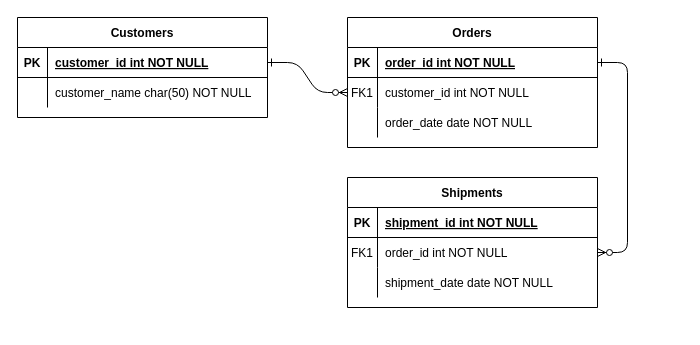
Earlier version of the draw.io diagram Untitled Diagram.drawio (maheshpamulapati21/Mahesh_Pamulapati). Source tidied: cells renumbered, new cells numbered last; positions are measured from the earlier drawing's top-left corner, leaving out a move shared by most shapes. Both pictures are drawn from the tidied source at 100%, with x=0, y=0 at pixel (17, 17).
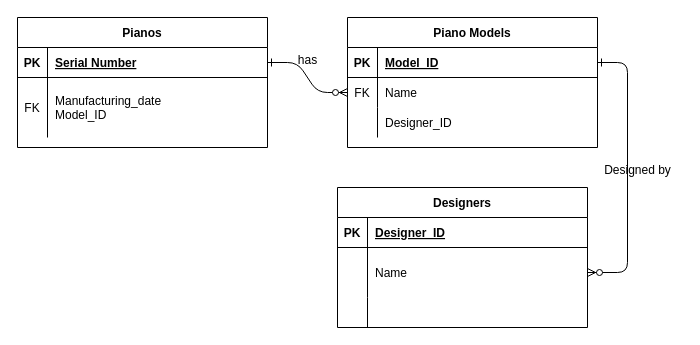
After the change.

Unchanged cells that the change refers to:
```xml
<mxCell id="5" style="shape=partialRectangle;fillColor=none;points=[[0,0.5],[1,0.5]];portConstraint=eastwest;top=0;left=0;right=0;bottom=1;" parent="4" vertex="1">
  <mxGeometry y="30" width="250" height="30" as="geometry" />
</mxCell>
<mxCell id="8" style="shape=partialRectangle;fillColor=none;points=[[0,0.5],[1,0.5]];portConstraint=eastwest;top=0;left=0;right=0;bottom=0;" parent="4" vertex="1">
  <mxGeometry y="60" width="250" height="30" as="geometry" />
</mxCell>
<mxCell id="11" style="shape=partialRectangle;fillColor=none;top=0;left=0;right=0;bottom=0;" parent="4" vertex="1">
  <mxGeometry y="90" width="250" height="30" as="geometry" />
</mxCell>
<mxCell id="15" style="shape=partialRectangle;fillColor=none;top=0;left=0;right=0;bottom=1;" parent="14" vertex="1">
  <mxGeometry y="30" width="250" height="30" as="geometry" />
</mxCell>
```

The edit, as a diff of the source:
```diff
@@
-    <mxCell id="4" value="Orders" style="shape=table;startSize=30;childLayout=tableLayout;rowLines=0;fontStyle=1;align=center;" parent="1" vertex="1">
+    <mxCell id="4" value="Piano Models" style="shape=table;startSize=30;childLayout=tableLayout;rowLines=0;fontStyle=1;align=center;" parent="1" vertex="1">
       <mxGeometry x="330" width="250" height="130" as="geometry" />
     </mxCell>
@@
-    <mxCell id="7" value="order_id int NOT NULL " style="shape=partialRectangle;overflow=hidden;fillColor=none;top=0;left=0;bottom=0;right=0;align=left;spacingLeft=6;fontStyle=5;" parent="5" vertex="1">
+    <mxCell id="7" value="Model_ID" style="shape=partialRectangle;overflow=hidden;fillColor=none;top=0;left=0;bottom=0;right=0;align=left;spacingLeft=6;fontStyle=5;" parent="5" vertex="1">
       <mxGeometry x="30" width="220" height="30" as="geometry" />
     </mxCell>
@@
-    <mxCell id="9" value="FK1" style="shape=partialRectangle;overflow=hidden;fillColor=none;top=0;left=0;bottom=0;right=0;" parent="8" vertex="1">
+    <mxCell id="9" value="FK" style="shape=partialRectangle;overflow=hidden;fillColor=none;top=0;left=0;bottom=0;right=0;" parent="8" vertex="1">
       <mxGeometry width="30" height="30" as="geometry" />
     </mxCell>
-    <mxCell id="10" value="customer_id int NOT NULL" style="shape=partialRectangle;overflow=hidden;fillColor=none;top=0;left=0;bottom=0;right=0;align=left;spacingLeft=6;" parent="8" vertex="1">
+    <mxCell id="10" value="Name" style="shape=partialRectangle;overflow=hidden;fillColor=none;top=0;left=0;bottom=0;right=0;align=left;spacingLeft=6;" parent="8" vertex="1">
       <mxGeometry x="30" width="220" height="30" as="geometry" />
     </mxCell>
@@
-    <mxCell id="13" value="order_date date NOT NULL" style="shape=partialRectangle;overflow=hidden;fillColor=none;top=0;left=0;bottom=0;right=0;align=left;spacingLeft=6;" parent="11" vertex="1">
+    <mxCell id="13" value="Designer_ID" style="shape=partialRectangle;overflow=hidden;fillColor=none;top=0;left=0;bottom=0;right=0;align=left;spacingLeft=6;" parent="11" vertex="1">
       <mxGeometry x="30" width="220" height="30" as="geometry" />
     </mxCell>
+    <mxCell id="24" value="Pianos" style="shape=table;startSize=30;childLayout=tableLayout;rowLines=0;fontStyle=1;align=center;" parent="1" vertex="1">
+      <mxGeometry width="250" height="130" as="geometry" />
+    </mxCell>
+    <mxCell id="25" style="shape=partialRectangle;fillColor=none;points=[[0,0.5],[1,0.5]];portConstraint=eastwest;top=0;left=0;right=0;bottom=1;" parent="24" vertex="1">
+      <mxGeometry y="30" width="250" height="30" as="geometry" />
+    </mxCell>
+    <mxCell id="26" value="PK" style="shape=partialRectangle;overflow=hidden;fillColor=none;top=0;left=0;bottom=0;right=0;fontStyle=1;" parent="25" vertex="1">
+      <mxGeometry width="30" height="30" as="geometry" />
+    </mxCell>
+    <mxCell id="27" value="Serial Number" style="shape=partialRectangle;overflow=hidden;fillColor=none;top=0;left=0;bottom=0;right=0;align=left;spacingLeft=6;fontStyle=5;" parent="25" vertex="1">
+      <mxGeometry x="30" width="220" height="30" as="geometry" />
+    </mxCell>
+    <mxCell id="28" style="shape=partialRectangle;fillColor=none;top=0;left=0;right=0;bottom=0;" parent="24" vertex="1">
+      <mxGeometry y="60" width="250" height="60" as="geometry" />
+    </mxCell>
+    <mxCell id="29" value="FK" style="shape=partialRectangle;overflow=hidden;fillColor=none;top=0;left=0;bottom=0;right=0;" parent="28" vertex="1">
+      <mxGeometry width="30" height="60" as="geometry" />
+    </mxCell>
+    <mxCell id="30" value="Manufacturing_date&#10;Model_ID" style="shape=partialRectangle;overflow=hidden;fillColor=none;top=0;left=0;bottom=0;right=0;align=left;spacingLeft=6;" parent="28" vertex="1">
+      <mxGeometry x="30" width="220" height="60" as="geometry" />
+    </mxCell>
-    <mxCell id="14" value="Shipments" style="shape=table;startSize=30;childLayout=tableLayout;rowLines=0;fontStyle=1;align=center;" parent="1" vertex="1">
-      <mxGeometry x="330" y="160" width="250" height="130" as="geometry" />
+    <mxCell id="14" value="Designers" style="shape=table;startSize=30;childLayout=tableLayout;rowLines=0;fontStyle=1;align=center;" parent="1" vertex="1">
+      <mxGeometry x="320" y="170" width="250" height="140" as="geometry" />
     </mxCell>
@@
-    <mxCell id="17" value="shipment_id int NOT NULL " style="shape=partialRectangle;overflow=hidden;fillColor=none;top=0;left=0;bottom=0;right=0;align=left;spacingLeft=6;fontStyle=5;" parent="15" vertex="1">
+    <mxCell id="17" value="Designer_ID" style="shape=partialRectangle;overflow=hidden;fillColor=none;top=0;left=0;bottom=0;right=0;align=left;spacingLeft=6;fontStyle=5;" parent="15" vertex="1">
       <mxGeometry x="30" width="220" height="30" as="geometry" />
     </mxCell>
     <mxCell id="18" style="shape=partialRectangle;fillColor=none;points=[[0,0.5],[1,0.5]];portConstraint=eastwest;top=0;left=0;right=0;bottom=0;" parent="14" vertex="1">
-      <mxGeometry y="60" width="250" height="30" as="geometry" />
+      <mxGeometry y="60" width="250" height="50" as="geometry" />
     </mxCell>
-    <mxCell id="19" value="FK1" style="shape=partialRectangle;overflow=hidden;fillColor=none;top=0;left=0;bottom=0;right=0;" parent="18" vertex="1">
-      <mxGeometry width="30" height="30" as="geometry" />
+    <mxCell id="19" style="shape=partialRectangle;overflow=hidden;fillColor=none;top=0;left=0;bottom=0;right=0;" parent="18" vertex="1">
+      <mxGeometry width="30" height="50" as="geometry" />
     </mxCell>
-    <mxCell id="20" value="order_id int NOT NULL" style="shape=partialRectangle;overflow=hidden;fillColor=none;top=0;left=0;bottom=0;right=0;align=left;spacingLeft=6;" parent="18" vertex="1">
-      <mxGeometry x="30" width="220" height="30" as="geometry" />
+    <mxCell id="20" value="Name" style="shape=partialRectangle;overflow=hidden;fillColor=none;top=0;left=0;bottom=0;right=0;align=left;spacingLeft=6;" parent="18" vertex="1">
+      <mxGeometry x="30" width="220" height="50" as="geometry" />
     </mxCell>
     <mxCell id="21" style="shape=partialRectangle;fillColor=none;top=0;left=0;right=0;bottom=0;" parent="14" vertex="1">
-      <mxGeometry y="90" width="250" height="30" as="geometry" />
+      <mxGeometry y="110" width="250" height="30" as="geometry" />
     </mxCell>
@@
-    <mxCell id="23" value="shipment_date date NOT NULL" style="shape=partialRectangle;overflow=hidden;fillColor=none;top=0;left=0;bottom=0;right=0;align=left;spacingLeft=6;" parent="21" vertex="1">
+    <mxCell id="23" style="shape=partialRectangle;overflow=hidden;fillColor=none;top=0;left=0;bottom=0;right=0;align=left;spacingLeft=6;labelBackgroundColor=#5ed91c;" parent="21" vertex="1">
       <mxGeometry x="30" width="220" height="30" as="geometry" />
     </mxCell>
-    <mxCell id="24" value="Customers" style="shape=table;startSize=30;childLayout=tableLayout;rowLines=0;fontStyle=1;align=center;" parent="1" vertex="1">
-      <mxGeometry width="250" height="100" as="geometry" />
-    </mxCell>
-    <mxCell id="25" style="shape=partialRectangle;fillColor=none;points=[[0,0.5],[1,0.5]];portConstraint=eastwest;top=0;left=0;right=0;bottom=1;" parent="24" vertex="1">
-      <mxGeometry y="30" width="250" height="30" as="geometry" />
-    </mxCell>
-    <mxCell id="26" value="PK" style="shape=partialRectangle;overflow=hidden;fillColor=none;top=0;left=0;bottom=0;right=0;fontStyle=1;" parent="25" vertex="1">
-      <mxGeometry width="30" height="30" as="geometry" />
-    </mxCell>
-    <mxCell id="27" value="customer_id int NOT NULL " style="shape=partialRectangle;overflow=hidden;fillColor=none;top=0;left=0;bottom=0;right=0;align=left;spacingLeft=6;fontStyle=5;" parent="25" vertex="1">
-      <mxGeometry x="30" width="220" height="30" as="geometry" />
-    </mxCell>
-    <mxCell id="28" style="shape=partialRectangle;fillColor=none;top=0;left=0;right=0;bottom=0;" parent="24" vertex="1">
-      <mxGeometry y="60" width="250" height="30" as="geometry" />
-    </mxCell>
-    <mxCell id="29" style="shape=partialRectangle;overflow=hidden;fillColor=none;top=0;left=0;bottom=0;right=0;" parent="28" vertex="1">
-      <mxGeometry width="30" height="30" as="geometry" />
-    </mxCell>
-    <mxCell id="30" value="customer_name char(50) NOT NULL" style="shape=partialRectangle;overflow=hidden;fillColor=none;top=0;left=0;bottom=0;right=0;align=left;spacingLeft=6;" parent="28" vertex="1">
-      <mxGeometry x="30" width="220" height="30" as="geometry" />
-    </mxCell>
+    <mxCell id="31" value="has" style="text;html=1;align=center;verticalAlign=middle;strokeColor=none;fillColor=none;" parent="1" vertex="1">
+      <mxGeometry x="270" y="28" width="40" height="30" as="geometry" />
+    </mxCell>
+    <mxCell id="32" value="Designed by" style="text;html=1;align=center;verticalAlign=middle;strokeColor=none;fillColor=none;" parent="1" vertex="1">
+      <mxGeometry x="575" y="138" width="90" height="30" as="geometry" />
+    </mxCell>
```
